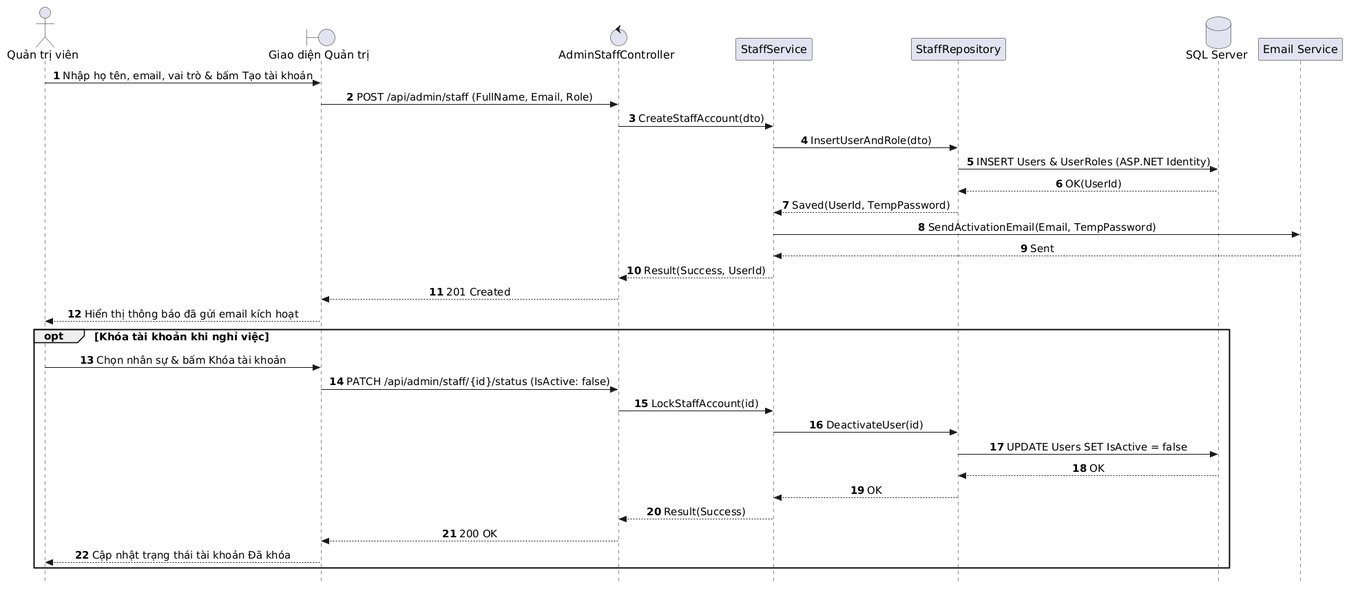
The PlantUML diagram out/docs/puml/sequences/SD_UC_A4_Manage_Staff_Accounts/SD_UC_A4_Manage_Staff_Accounts.png in AndrewQng/VinDining, before a commit. The source it was exported from:
```plantuml
@startuml
autonumber
skinparam style strictuml
skinparam sequenceMessageAlign center
skinparam responseMessageBelowArrow true
skinparam defaultFontName "Segoe UI", Arial, sans-serif
skinparam defaultFontSize 16
skinparam sequenceActorFontSize 16
skinparam sequenceParticipantFontSize 16
skinparam sequenceArrowFontSize 15
skinparam sequenceGroupFontSize 15
skinparam sequenceGroupHeaderFontSize 15

actor "Quản trị viên" as Admin
boundary "Giao diện Quản trị" as UI
control "AdminStaffController" as Controller
participant "StaffService" as Service
participant "StaffRepository" as Repo
database "SQL Server" as DB
participant "Email Service" as MailService

Admin -> UI: Nhập họ tên, email, vai trò & bấm Tạo tài khoản
UI -> Controller: POST /api/admin/staff (FullName, Email, Role)
Controller -> Service: CreateStaffAccount(dto)
Service -> Repo: InsertUserAndRole(dto)
Repo -> DB: INSERT Users & UserRoles (ASP.NET Identity)
DB --> Repo: OK(UserId)
Repo --> Service: Saved(UserId, TempPassword)
Service -> MailService: SendActivationEmail(Email, TempPassword)
MailService --> Service: Sent
Service --> Controller: Result(Success, UserId)
Controller --> UI: 201 Created
UI --> Admin: Hiển thị thông báo đã gửi email kích hoạt

opt Khóa tài khoản khi nghỉ việc
    Admin -> UI: Chọn nhân sự & bấm Khóa tài khoản
    UI -> Controller: PATCH /api/admin/staff/{id}/status (IsActive: false)
    Controller -> Service: LockStaffAccount(id)
    Service -> Repo: DeactivateUser(id)
    Repo -> DB: UPDATE Users SET IsActive = false
    DB --> Repo: OK
    Repo --> Service: OK
    Service --> Controller: Result(Success)
    Controller --> UI: 200 OK
    UI --> Admin: Cập nhật trạng thái tài khoản Đã khóa
end
@enduml
```
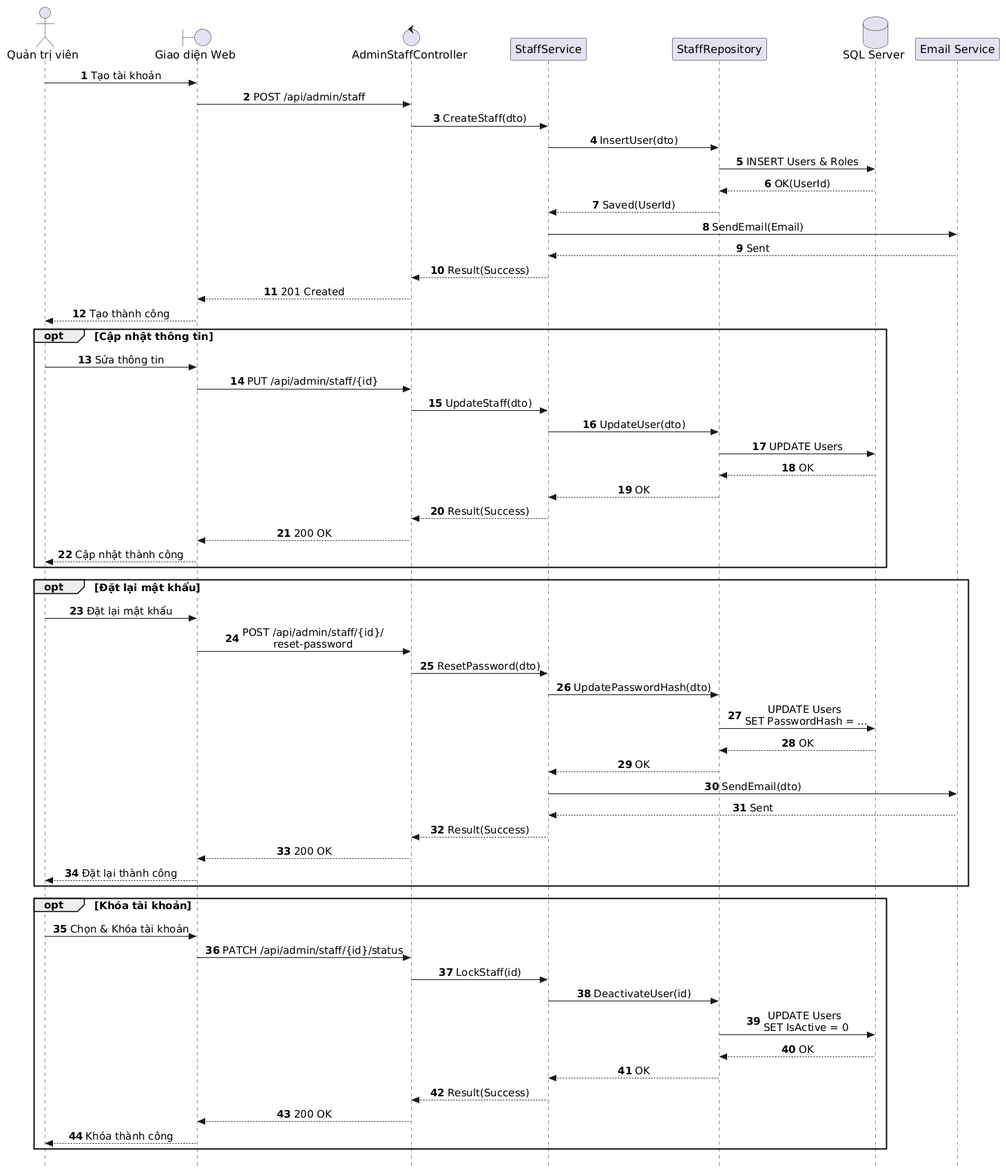
The same diagram one commit later.

What changed in the source:
```diff
@@ -12,36 +12,64 @@
 skinparam sequenceGroupHeaderFontSize 15
 
 actor "Quản trị viên" as Admin
-boundary "Giao diện Quản trị" as UI
+boundary "Giao diện Web" as UI
 control "AdminStaffController" as Controller
 participant "StaffService" as Service
 participant "StaffRepository" as Repo
 database "SQL Server" as DB
 participant "Email Service" as MailService
 
-Admin -> UI: Nhập họ tên, email, vai trò & bấm Tạo tài khoản
-UI -> Controller: POST /api/admin/staff (FullName, Email, Role)
-Controller -> Service: CreateStaffAccount(dto)
-Service -> Repo: InsertUserAndRole(dto)
-Repo -> DB: INSERT Users & UserRoles (ASP.NET Identity)
+Admin -> UI: Tạo tài khoản
+UI -> Controller: POST /api/admin/staff
+Controller -> Service: CreateStaff(dto)
+Service -> Repo: InsertUser(dto)
+Repo -> DB: INSERT Users & Roles
 DB --> Repo: OK(UserId)
-Repo --> Service: Saved(UserId, TempPassword)
-Service -> MailService: SendActivationEmail(Email, TempPassword)
+Repo --> Service: Saved(UserId)
+Service -> MailService: SendEmail(Email)
 MailService --> Service: Sent
-Service --> Controller: Result(Success, UserId)
+Service --> Controller: Result(Success)
 Controller --> UI: 201 Created
-UI --> Admin: Hiển thị thông báo đã gửi email kích hoạt
+UI --> Admin: Tạo thành công
 
-opt Khóa tài khoản khi nghỉ việc
-    Admin -> UI: Chọn nhân sự & bấm Khóa tài khoản
-    UI -> Controller: PATCH /api/admin/staff/{id}/status (IsActive: false)
-    Controller -> Service: LockStaffAccount(id)
-    Service -> Repo: DeactivateUser(id)
-    Repo -> DB: UPDATE Users SET IsActive = false
+opt Cập nhật thông tin
+    Admin -> UI: Sửa thông tin
+    UI -> Controller: PUT /api/admin/staff/{id}
+    Controller -> Service: UpdateStaff(dto)
+    Service -> Repo: UpdateUser(dto)
+    Repo -> DB: UPDATE Users
     DB --> Repo: OK
     Repo --> Service: OK
     Service --> Controller: Result(Success)
     Controller --> UI: 200 OK
-    UI --> Admin: Cập nhật trạng thái tài khoản Đã khóa
+    UI --> Admin: Cập nhật thành công
+end
+
+opt Đặt lại mật khẩu
+    Admin -> UI: Đặt lại mật khẩu
+    UI -> Controller: POST /api/admin/staff/{id}/\nreset-password
+    Controller -> Service: ResetPassword(dto)
+    Service -> Repo: UpdatePasswordHash(dto)
+    Repo -> DB: UPDATE Users \nSET PasswordHash = ...
+    DB --> Repo: OK
+    Repo --> Service: OK
+    Service -> MailService: SendEmail(dto)
+    MailService --> Service: Sent
+    Service --> Controller: Result(Success)
+    Controller --> UI: 200 OK
+    UI --> Admin: Đặt lại thành công
+end
+
+opt Khóa tài khoản
+    Admin -> UI: Chọn & Khóa tài khoản
+    UI -> Controller: PATCH /api/admin/staff/{id}/status
+    Controller -> Service: LockStaff(id)
+    Service -> Repo: DeactivateUser(id)
+    Repo -> DB: UPDATE Users \nSET IsActive = 0
+    DB --> Repo: OK
+    Repo --> Service: OK
+    Service --> Controller: Result(Success)
+    Controller --> UI: 200 OK
+    UI --> Admin: Khóa thành công
 end
 @enduml
```
